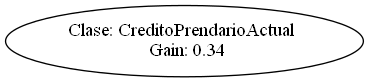
Above: test_output/gain_ratio.png in AlejandroFNadal/ia_decision_trees (Graphviz), before the change. Its source is kept beside it as test_output/gain_ratio.dot.
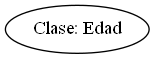
The same diagram one commit later.

Diff of the diagram source:
```diff
@@ -1,4 +1,3 @@
 digraph {
-	0 [label="Clase: CreditoPrendarioActual
- Gain: 0.34"]
+	0 [label="Clase: Edad"]
 }
```
